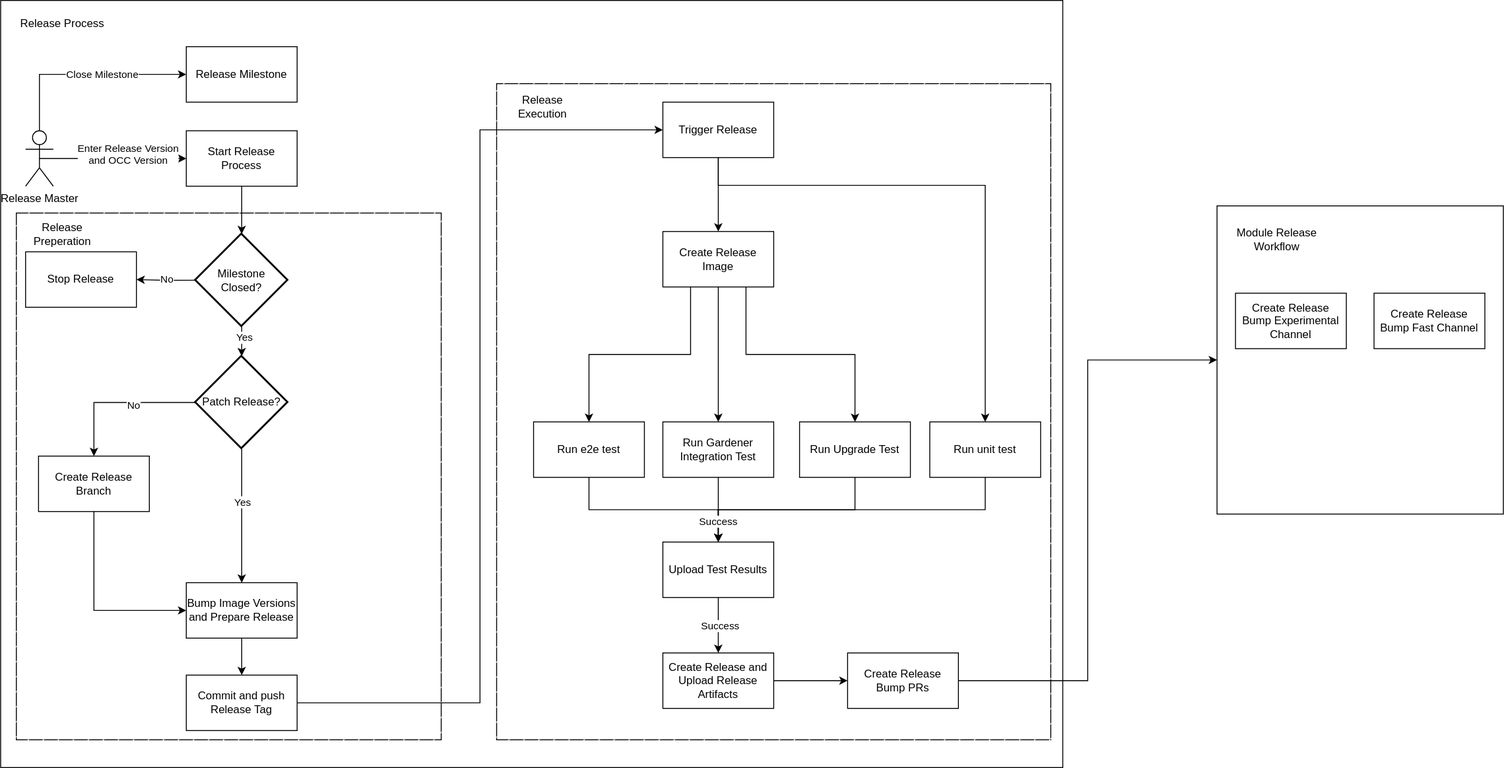
Before: docs/contributor/assets/auditable-release-final.drawio.svg, a diagram exported from draw.io (kyma-project/telemetry-manager). Source tidied: cells renumbered, new cells last; positions are measured from the earlier drawing's top-left corner, leaving out a move shared by most shapes.
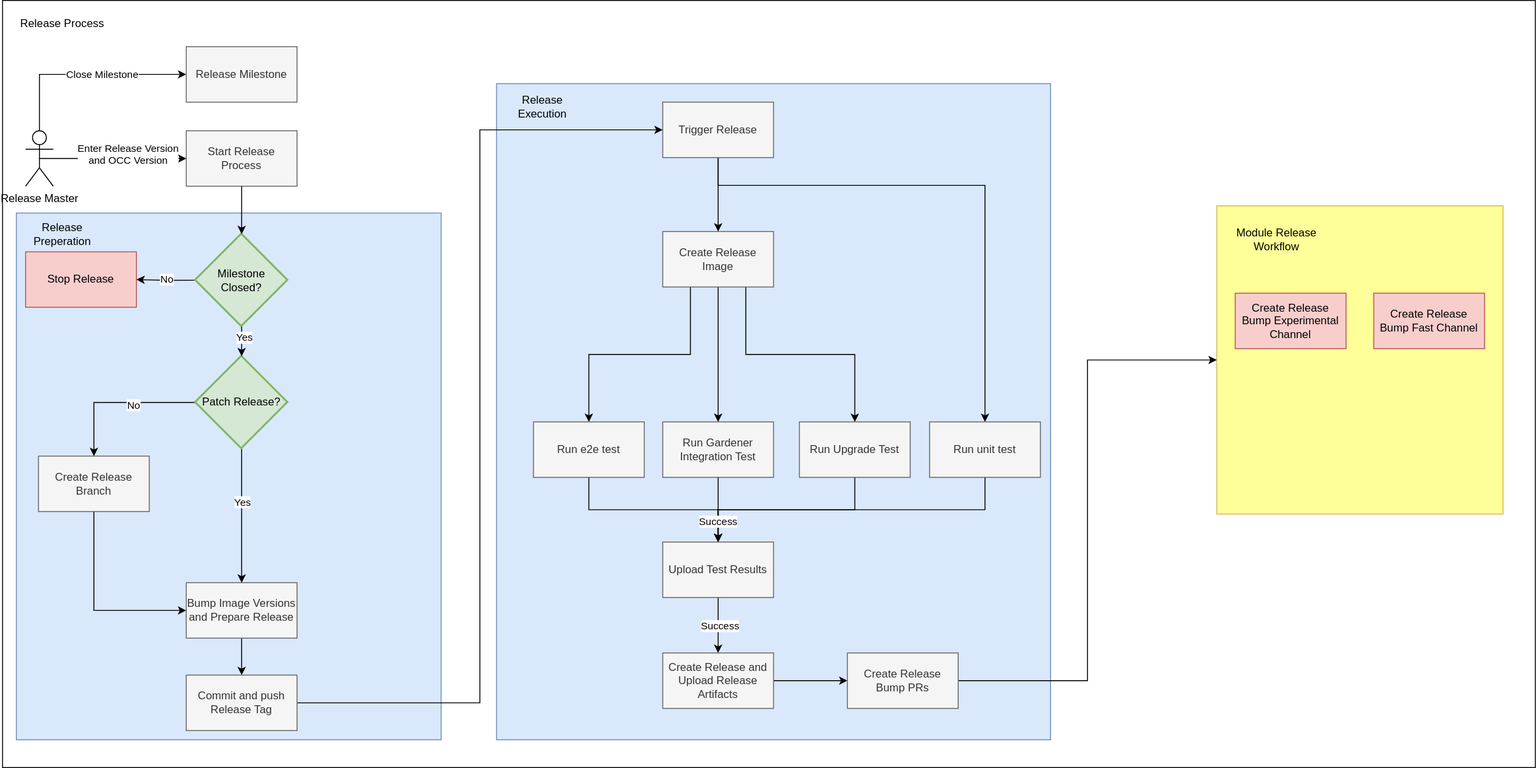
The same file after the commit.

Diff of the diagram source:
```diff
@@ -2,15 +2,15 @@
   <root>
     <mxCell id="0" />
     <mxCell id="1" parent="0" />
+    <mxCell id="4" style="rounded=0;whiteSpace=wrap;html=1;labelBackgroundColor=none;fillStyle=hatch;" parent="1" vertex="1">
+      <mxGeometry x="2" width="1660" height="830" as="geometry" />
+    </mxCell>
-    <mxCell id="2" style="rounded=0;whiteSpace=wrap;html=1;" parent="1" vertex="1">
+    <mxCell id="2" style="rounded=0;whiteSpace=wrap;html=1;fillColor=#dae8fc;strokeColor=#6c8ebf;" parent="1" vertex="1">
       <mxGeometry x="537" y="90" width="600" height="710" as="geometry" />
     </mxCell>
-    <mxCell id="3" style="rounded=0;whiteSpace=wrap;html=1;" parent="1" vertex="1">
+    <mxCell id="3" style="rounded=0;whiteSpace=wrap;html=1;fillColor=#dae8fc;strokeColor=#6c8ebf;" parent="1" vertex="1">
       <mxGeometry x="17" y="230" width="460" height="570" as="geometry" />
     </mxCell>
-    <mxCell id="4" style="rounded=0;whiteSpace=wrap;html=1;labelBackgroundColor=none;fillStyle=hatch;" parent="1" vertex="1">
-      <mxGeometry width="1150" height="830" as="geometry" />
-    </mxCell>
     <mxCell id="5" style="edgeStyle=orthogonalEdgeStyle;rounded=0;jettySize=auto;html=1;" parent="1" edge="1" source="9" target="23">
       <mxGeometry relative="1" as="geometry" />
     </mxCell>
@@ -28,13 +28,13 @@
         </Array>
       </mxGeometry>
     </mxCell>
-    <mxCell id="9" value="Create Release Image" style="rounded=0;whiteSpace=wrap;html=1;" parent="1" vertex="1">
+    <mxCell id="9" value="Create Release Image" style="rounded=0;whiteSpace=wrap;html=1;fillColor=#f5f5f5;fontColor=#333333;strokeColor=#666666;" parent="1" vertex="1">
       <mxGeometry x="717" y="250" width="120" height="60" as="geometry" />
     </mxCell>
     <mxCell id="10" style="edgeStyle=orthogonalEdgeStyle;rounded=0;jettySize=auto;html=1;exitX=1;exitY=0.5;exitDx=0;exitDy=0;entryX=0;entryY=0.5;entryDx=0;entryDy=0;" parent="1" edge="1" source="11" target="59">
       <mxGeometry relative="1" as="geometry" />
     </mxCell>
-    <mxCell id="11" value="Create Release and Upload Release Artifacts" style="rounded=0;whiteSpace=wrap;html=1;" parent="1" vertex="1">
+    <mxCell id="11" value="Create Release and Upload Release Artifacts" style="rounded=0;whiteSpace=wrap;html=1;fillColor=#f5f5f5;fontColor=#333333;strokeColor=#666666;" parent="1" vertex="1">
       <mxGeometry x="717" y="706" width="120" height="60" as="geometry" />
     </mxCell>
     <mxCell id="12" value="Release Process" style="text;html=1;align=center;verticalAlign=middle;whiteSpace=wrap;rounded=0;" parent="1" vertex="1">
@@ -43,19 +43,19 @@
     <mxCell id="13" style="edgeStyle=orthogonalEdgeStyle;rounded=0;jettySize=auto;html=1;exitX=0.5;exitY=1;exitDx=0;exitDy=0;entryX=0.5;entryY=0;entryDx=0;entryDy=0;" parent="1" edge="1" source="14" target="9">
       <mxGeometry relative="1" as="geometry" />
     </mxCell>
-    <mxCell id="14" value="Trigger Release" style="rounded=0;whiteSpace=wrap;html=1;" parent="1" vertex="1">
+    <mxCell id="14" value="Trigger Release" style="rounded=0;whiteSpace=wrap;html=1;fillColor=#f5f5f5;fontColor=#333333;strokeColor=#666666;" parent="1" vertex="1">
       <mxGeometry x="717" y="110" width="120" height="60" as="geometry" />
     </mxCell>
     <mxCell id="15" style="edgeStyle=orthogonalEdgeStyle;rounded=0;jettySize=auto;html=1;exitX=0.5;exitY=1;exitDx=0;exitDy=0;entryX=0.5;entryY=0;entryDx=0;entryDy=0;" parent="1" edge="1" source="16" target="21">
       <mxGeometry relative="1" as="geometry" />
     </mxCell>
-    <mxCell id="16" value="Run e2e test" style="rounded=0;whiteSpace=wrap;html=1;" parent="1" vertex="1">
+    <mxCell id="16" value="Run e2e test" style="rounded=0;whiteSpace=wrap;html=1;fillColor=#f5f5f5;fontColor=#333333;strokeColor=#666666;" parent="1" vertex="1">
       <mxGeometry x="577" y="456" width="120" height="60" as="geometry" />
     </mxCell>
     <mxCell id="17" style="edgeStyle=orthogonalEdgeStyle;rounded=0;jettySize=auto;html=1;exitX=0.5;exitY=1;exitDx=0;exitDy=0;entryX=0.5;entryY=0;entryDx=0;entryDy=0;" parent="1" edge="1" source="18" target="21">
       <mxGeometry relative="1" as="geometry" />
     </mxCell>
-    <mxCell id="18" value="Run unit test" style="rounded=0;whiteSpace=wrap;html=1;" parent="1" vertex="1">
+    <mxCell id="18" value="Run unit test" style="rounded=0;whiteSpace=wrap;html=1;fillColor=#f5f5f5;fontColor=#333333;strokeColor=#666666;" parent="1" vertex="1">
       <mxGeometry x="1006" y="456" width="120" height="60" as="geometry" />
     </mxCell>
     <mxCell id="19" style="edgeStyle=orthogonalEdgeStyle;rounded=0;jettySize=auto;html=1;exitX=0.5;exitY=1;exitDx=0;exitDy=0;entryX=0.5;entryY=0;entryDx=0;entryDy=0;" parent="1" edge="1" source="21" target="11">
@@ -64,7 +64,7 @@
     <mxCell id="20" value="Success" style="edgeLabel;html=1;align=center;verticalAlign=middle;" parent="19" vertex="1">
       <mxGeometry y="1" relative="1" as="geometry" />
     </mxCell>
-    <mxCell id="21" value="Upload Test Results" style="rounded=0;whiteSpace=wrap;html=1;" parent="1" vertex="1">
+    <mxCell id="21" value="Upload Test Results" style="rounded=0;whiteSpace=wrap;html=1;fillColor=#f5f5f5;fontColor=#333333;strokeColor=#666666;" parent="1" vertex="1">
       <mxGeometry x="717" y="586" width="120" height="60" as="geometry" />
     </mxCell>
     <mxCell id="22" style="edgeStyle=orthogonalEdgeStyle;rounded=0;jettySize=auto;html=1;exitX=0.5;exitY=1;exitDx=0;exitDy=0;" parent="1" edge="1" source="23">
@@ -72,22 +72,22 @@
         <mxPoint x="777" y="586" as="targetPoint" />
       </mxGeometry>
     </mxCell>
-    <mxCell id="23" value="Run Gardener Integration Test" style="rounded=0;whiteSpace=wrap;html=1;" parent="1" vertex="1">
+    <mxCell id="23" value="Run Gardener Integration Test" style="rounded=0;whiteSpace=wrap;html=1;fillColor=#f5f5f5;fontColor=#333333;strokeColor=#666666;" parent="1" vertex="1">
       <mxGeometry x="717" y="456" width="120" height="60" as="geometry" />
     </mxCell>
-    <mxCell id="24" value="Start Release Process" style="rounded=0;whiteSpace=wrap;html=1;" parent="1" vertex="1">
+    <mxCell id="24" value="Start Release Process" style="rounded=0;whiteSpace=wrap;html=1;fillColor=#f5f5f5;strokeColor=#666666;fontColor=#333333;" parent="1" vertex="1">
       <mxGeometry x="201" y="141" width="120" height="60" as="geometry" />
     </mxCell>
     <mxCell id="25" style="edgeStyle=orthogonalEdgeStyle;rounded=0;jettySize=auto;html=1;exitX=0.5;exitY=1;exitDx=0;exitDy=0;entryX=0.5;entryY=0;entryDx=0;entryDy=0;" parent="1" edge="1" source="26" target="56">
       <mxGeometry relative="1" as="geometry" />
     </mxCell>
-    <mxCell id="26" value="Bump Image Versions and Prepare Release" style="rounded=0;whiteSpace=wrap;html=1;" parent="1" vertex="1">
+    <mxCell id="26" value="Bump Image Versions and Prepare Release" style="rounded=0;whiteSpace=wrap;html=1;fillColor=#f5f5f5;fontColor=#333333;strokeColor=#666666;" parent="1" vertex="1">
       <mxGeometry x="201" y="630" width="120" height="60" as="geometry" />
     </mxCell>
     <mxCell id="27" style="edgeStyle=orthogonalEdgeStyle;rounded=0;jettySize=auto;html=1;exitX=0.5;exitY=1;exitDx=0;exitDy=0;entryX=0;entryY=0.5;entryDx=0;entryDy=0;" parent="1" edge="1" source="28" target="26">
       <mxGeometry relative="1" as="geometry" />
     </mxCell>
-    <mxCell id="28" value="Create Release Branch" style="rounded=0;whiteSpace=wrap;html=1;" parent="1" vertex="1">
+    <mxCell id="28" value="Create Release Branch" style="rounded=0;whiteSpace=wrap;html=1;fillColor=#f5f5f5;fontColor=#333333;strokeColor=#666666;" parent="1" vertex="1">
       <mxGeometry x="41" y="493" width="120" height="60" as="geometry" />
     </mxCell>
     <mxCell id="29" style="edgeStyle=orthogonalEdgeStyle;rounded=0;jettySize=auto;html=1;exitX=0.5;exitY=0.5;exitDx=0;exitDy=0;exitPerimeter=0;entryX=0;entryY=0.5;entryDx=0;entryDy=0;" parent="1" edge="1" source="33" target="24">
@@ -105,7 +105,7 @@
     <mxCell id="33" value="Release Master" style="shape=umlActor;verticalLabelPosition=bottom;verticalAlign=top;html=1;outlineConnect=0;" parent="1" vertex="1">
       <mxGeometry x="27" y="141" width="30" height="60" as="geometry" />
     </mxCell>
-    <mxCell id="34" style="rounded=0;whiteSpace=wrap;html=1;labelBackgroundColor=none;fillStyle=hatch;" parent="1" vertex="1">
+    <mxCell id="34" style="rounded=0;whiteSpace=wrap;html=1;labelBackgroundColor=none;fillStyle=auto;fillColor=#FFFF99;strokeColor=#d6b656;" parent="1" vertex="1">
       <mxGeometry x="1317" y="222.2" width="310" height="333.5" as="geometry" />
     </mxCell>
     <mxCell id="35" style="edgeStyle=orthogonalEdgeStyle;rounded=0;jettySize=auto;html=1;exitX=0;exitY=0.5;exitDx=0;exitDy=0;exitPerimeter=0;entryX=0.5;entryY=0;entryDx=0;entryDy=0;" parent="1" edge="1" source="39" target="28">
@@ -120,7 +120,7 @@
     <mxCell id="38" value="Yes" style="edgeLabel;html=1;align=center;verticalAlign=middle;" parent="37" vertex="1">
       <mxGeometry x="-0.21" relative="1" as="geometry" />
     </mxCell>
-    <mxCell id="39" value="Patch Release?" style="strokeWidth=2;html=1;shape=mxgraph.flowchart.decision;whiteSpace=wrap;" parent="1" vertex="1">
+    <mxCell id="39" value="Patch Release?" style="strokeWidth=2;html=1;shape=mxgraph.flowchart.decision;whiteSpace=wrap;fillColor=#d5e8d4;strokeColor=#82b366;" parent="1" vertex="1">
       <mxGeometry x="211" y="385" width="100" height="100" as="geometry" />
     </mxCell>
     <mxCell id="40" style="edgeStyle=orthogonalEdgeStyle;rounded=0;jettySize=auto;html=1;exitX=0.5;exitY=1;exitDx=0;exitDy=0;entryX=0.5;entryY=0;entryDx=0;entryDy=0;" parent="1" edge="1" source="42" target="21">
@@ -129,19 +129,19 @@
     <mxCell id="41" value="Success" style="edgeLabel;html=1;align=center;verticalAlign=middle;" parent="40" vertex="1">
       <mxGeometry x="0.79" y="-1" relative="1" as="geometry" />
     </mxCell>
-    <mxCell id="42" value="Run Upgrade Test" style="rounded=0;whiteSpace=wrap;html=1;" parent="1" vertex="1">
+    <mxCell id="42" value="Run Upgrade Test" style="rounded=0;whiteSpace=wrap;html=1;fillColor=#f5f5f5;fontColor=#333333;strokeColor=#666666;" parent="1" vertex="1">
       <mxGeometry x="865" y="456" width="120" height="60" as="geometry" />
     </mxCell>
-    <mxCell id="43" value="Create Release Bump Experimental Channel" style="rounded=0;whiteSpace=wrap;html=1;" parent="1" vertex="1">
+    <mxCell id="43" value="Create Release Bump Experimental Channel" style="rounded=0;whiteSpace=wrap;html=1;fillColor=#f8cecc;strokeColor=#b85450;" parent="1" vertex="1">
       <mxGeometry x="1337" y="316.8" width="120" height="60" as="geometry" />
     </mxCell>
-    <mxCell id="44" value="Create Release Bump Fast Channel" style="rounded=0;whiteSpace=wrap;html=1;" parent="1" vertex="1">
+    <mxCell id="44" value="Create Release Bump Fast Channel" style="rounded=0;whiteSpace=wrap;html=1;fillColor=#f8cecc;strokeColor=#b85450;" parent="1" vertex="1">
       <mxGeometry x="1487" y="316.8" width="120" height="60" as="geometry" />
     </mxCell>
     <mxCell id="45" value="Module Release Workflow" style="text;html=1;whiteSpace=wrap;strokeColor=none;fillColor=none;align=center;verticalAlign=middle;rounded=0;" parent="1" vertex="1">
       <mxGeometry x="1317" y="244" width="130" height="30" as="geometry" />
     </mxCell>
-    <mxCell id="46" value="Release Milestone" style="rounded=0;whiteSpace=wrap;html=1;" parent="1" vertex="1">
+    <mxCell id="46" value="Release Milestone" style="rounded=0;whiteSpace=wrap;html=1;fillColor=#f5f5f5;strokeColor=#666666;fontColor=#333333;" parent="1" vertex="1">
       <mxGeometry x="201" y="50" width="120" height="60" as="geometry" />
     </mxCell>
     <mxCell id="47" style="edgeStyle=orthogonalEdgeStyle;rounded=0;jettySize=auto;html=1;exitX=0;exitY=0.5;exitDx=0;exitDy=0;exitPerimeter=0;entryX=1;entryY=0.5;entryDx=0;entryDy=0;" parent="1" edge="1" source="49" target="53">
@@ -152,7 +152,7 @@
         <mxPoint x="1" as="offset" />
       </mxGeometry>
     </mxCell>
-    <mxCell id="49" value="Milestone&lt;div&gt;Closed?&lt;/div&gt;" style="strokeWidth=2;html=1;shape=mxgraph.flowchart.decision;whiteSpace=wrap;" parent="1" vertex="1">
+    <mxCell id="49" value="Milestone&lt;div&gt;Closed?&lt;/div&gt;" style="strokeWidth=2;html=1;shape=mxgraph.flowchart.decision;whiteSpace=wrap;fillColor=#d5e8d4;strokeColor=#82b366;" parent="1" vertex="1">
       <mxGeometry x="211" y="252.8" width="100" height="100" as="geometry" />
     </mxCell>
     <mxCell id="50" style="edgeStyle=orthogonalEdgeStyle;rounded=0;jettySize=auto;html=1;exitX=0.5;exitY=1;exitDx=0;exitDy=0;entryX=0.5;entryY=0;entryDx=0;entryDy=0;entryPerimeter=0;" parent="1" edge="1" source="24" target="49">
@@ -164,7 +164,7 @@
     <mxCell id="52" value="Yes" style="edgeLabel;html=1;align=center;verticalAlign=middle;" parent="51" vertex="1">
       <mxGeometry x="-0.24" y="2" relative="1" as="geometry" />
     </mxCell>
-    <mxCell id="53" value="Stop Release" style="rounded=0;whiteSpace=wrap;html=1;" parent="1" vertex="1">
+    <mxCell id="53" value="Stop Release" style="rounded=0;whiteSpace=wrap;html=1;fillColor=#f8cecc;strokeColor=#b85450;" parent="1" vertex="1">
       <mxGeometry x="27" y="272" width="120" height="60" as="geometry" />
     </mxCell>
     <mxCell id="54" value="Release Preperation" style="text;html=1;whiteSpace=wrap;strokeColor=none;fillColor=none;align=center;verticalAlign=middle;rounded=0;" parent="1" vertex="1">
@@ -173,7 +173,7 @@
     <mxCell id="55" style="edgeStyle=orthogonalEdgeStyle;rounded=0;jettySize=auto;html=1;exitX=1;exitY=0.5;exitDx=0;exitDy=0;entryX=0;entryY=0.5;entryDx=0;entryDy=0;" parent="1" edge="1" source="56" target="14">
       <mxGeometry relative="1" as="geometry" />
     </mxCell>
-    <mxCell id="56" value="Commit and push Release Tag" style="rounded=0;whiteSpace=wrap;html=1;" parent="1" vertex="1">
+    <mxCell id="56" value="Commit and push Release Tag" style="rounded=0;whiteSpace=wrap;html=1;fillColor=#f5f5f5;fontColor=#333333;strokeColor=#666666;" parent="1" vertex="1">
       <mxGeometry x="201" y="730" width="120" height="60" as="geometry" />
     </mxCell>
     <mxCell id="57" value="Release Execution" style="text;html=1;whiteSpace=wrap;strokeColor=none;fillColor=none;align=center;verticalAlign=middle;rounded=0;" parent="1" vertex="1">
@@ -182,7 +182,7 @@
     <mxCell id="58" style="edgeStyle=orthogonalEdgeStyle;rounded=0;jettySize=auto;html=1;exitX=1;exitY=0.5;exitDx=0;exitDy=0;entryX=0;entryY=0.5;entryDx=0;entryDy=0;" parent="1" edge="1" source="59" target="34">
       <mxGeometry relative="1" as="geometry" />
     </mxCell>
-    <mxCell id="59" value="Create Release Bump PRs" style="rounded=0;whiteSpace=wrap;html=1;" parent="1" vertex="1">
+    <mxCell id="59" value="Create Release Bump PRs" style="rounded=0;whiteSpace=wrap;html=1;fillColor=#f5f5f5;fontColor=#333333;strokeColor=#666666;" parent="1" vertex="1">
       <mxGeometry x="917" y="706" width="120" height="60" as="geometry" />
     </mxCell>
   </root>
```
